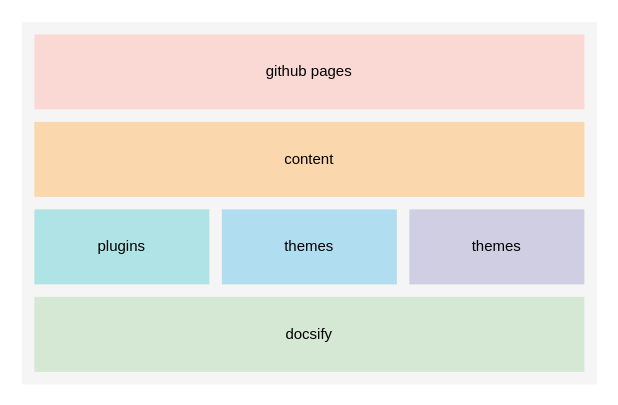
ganchuanman/ganchuanman.github.io keeps this draw.io diagram as docs/about/pics/TestDrawIo.drawio. Above is the earlier version. Source tidied: cells renumbered, new cells numbered last; positions are measured from the earlier drawing's top-left corner, leaving out a move shared by most shapes. Both pictures are drawn from the tidied source at 125%, with x=0, y=0 at pixel (21, 21).
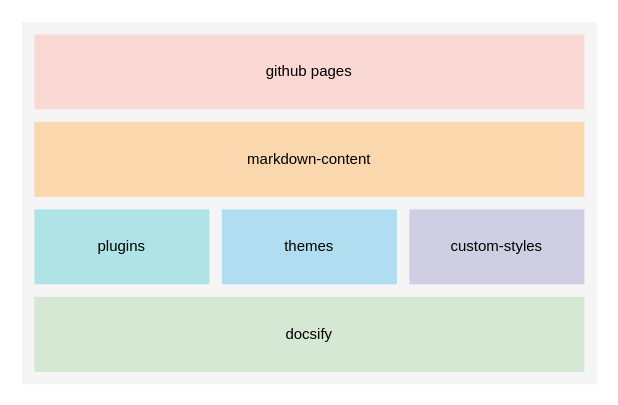
Above is the later version.

The edit, as a diff of the source:
```diff
@@
 <mxGraphModel>
   <root>
     <mxCell id="0" />
     <mxCell id="1" parent="0" />
     <mxCell id="2" style="rounded=0;whiteSpace=wrap;html=1;fillColor=#f5f5f5;strokeColor=none;fontColor=#333333;" parent="1" vertex="1">
       <mxGeometry width="460" height="290" as="geometry" />
     </mxCell>
     <mxCell id="3" value="docsify" style="rounded=0;whiteSpace=wrap;html=1;fillColor=#d5e8d4;strokeColor=none;" parent="1" vertex="1">
       <mxGeometry x="10" y="220" width="440" height="60" as="geometry" />
     </mxCell>
     <mxCell id="4" value="plugins" style="rounded=0;whiteSpace=wrap;html=1;fillColor=#b0e3e6;strokeColor=none;" parent="1" vertex="1">
       <mxGeometry x="10" y="150" width="140" height="60" as="geometry" />
     </mxCell>
     <mxCell id="5" value="themes" style="rounded=0;whiteSpace=wrap;html=1;fillColor=#b1ddf0;strokeColor=none;" parent="1" vertex="1">
       <mxGeometry x="160" y="150" width="140" height="60" as="geometry" />
     </mxCell>
-    <mxCell id="6" value="themes" style="rounded=0;whiteSpace=wrap;html=1;fillColor=#d0cee2;strokeColor=none;" parent="1" vertex="1">
+    <mxCell id="6" value="custom-styles" style="rounded=0;whiteSpace=wrap;html=1;fillColor=#d0cee2;strokeColor=none;" parent="1" vertex="1">
       <mxGeometry x="310" y="150" width="140" height="60" as="geometry" />
     </mxCell>
-    <mxCell id="7" value="content" style="rounded=0;whiteSpace=wrap;html=1;fillColor=#fad7ac;strokeColor=none;" parent="1" vertex="1">
+    <mxCell id="7" value="markdown-content" style="rounded=0;whiteSpace=wrap;html=1;fillColor=#fad7ac;strokeColor=none;" parent="1" vertex="1">
       <mxGeometry x="10" y="80" width="440" height="60" as="geometry" />
     </mxCell>
     <mxCell id="8" value="github pages" style="rounded=0;whiteSpace=wrap;html=1;fillColor=#fad9d5;strokeColor=none;" parent="1" vertex="1">
       <mxGeometry x="10" y="10" width="440" height="60" as="geometry" />
     </mxCell>
   </root>
 </mxGraphModel>
```
